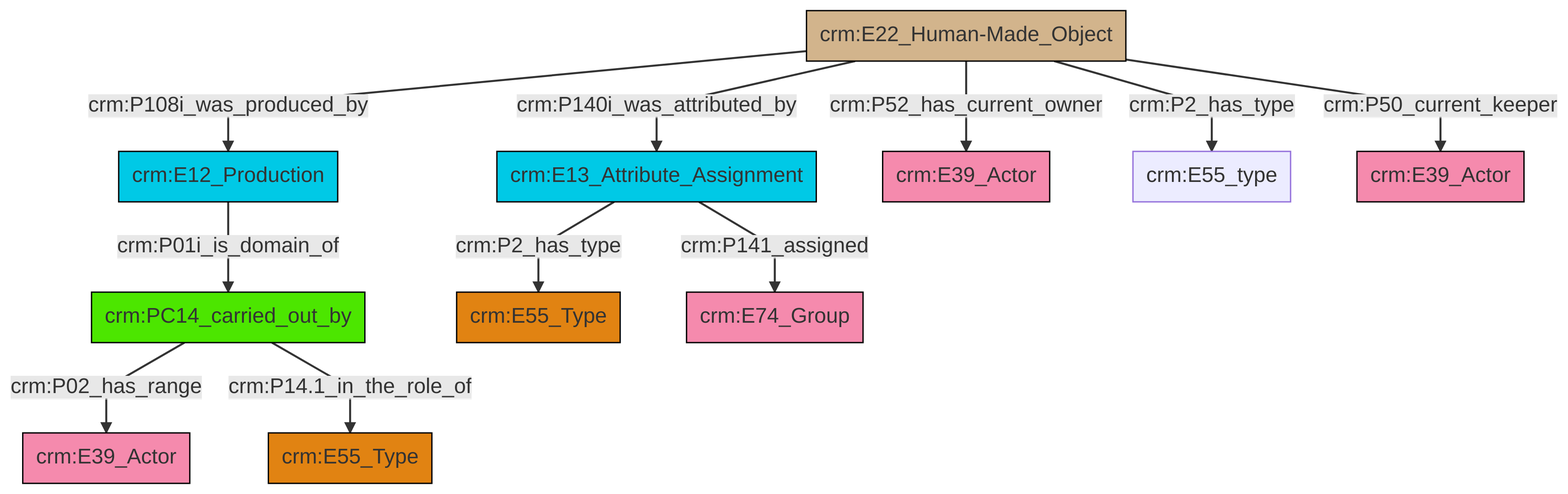
Before: et/artworkCSV/ttl/mmd/png/Artwork_Actor_Relations.png, a diagram exported from Mermaid (swiss-art-research-net/reference-data-models). Its source is kept beside it as et/artworkCSV/ttl/mmd/Artwork_Actor_Relations.ttl.mmd.
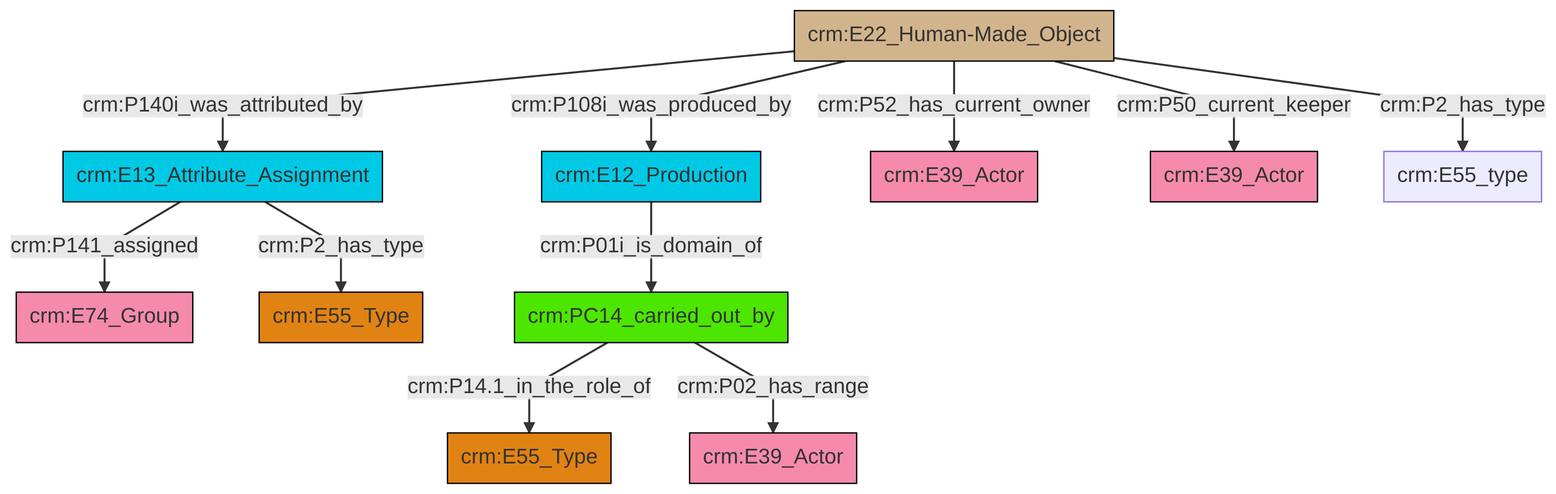
After the commit.

What changed in the source:
```diff
@@ -13,13 +13,13 @@
 classDef PC_Classes fill:#4ce600, stroke:#000000;
 classDef Multi fill:#cccccc,stroke:#000000;
 
-2["crm:E22_Human-Made_Object"]:::Physical_Thing -->|crm:P140i_was_attributed_by| 3["crm:E13_Attribute_Assignment"]:::Temporal_Entity
-2["crm:E22_Human-Made_Object"]:::Physical_Thing -->|crm:P108i_was_produced_by| 4["crm:E12_Production"]:::Temporal_Entity
-4["crm:E12_Production"]:::Temporal_Entity -->|crm:P01i_is_domain_of| 0["crm:PC14_carried_out_by"]:::PC_Classes
-0["crm:PC14_carried_out_by"]:::PC_Classes -->|crm:P02_has_range| 8["crm:E39_Actor"]:::Actor
-2["crm:E22_Human-Made_Object"]:::Physical_Thing -->|crm:P2_has_type| 15["crm:E55_type"]:::Default
-3["crm:E13_Attribute_Assignment"]:::Temporal_Entity -->|crm:P141_assigned| 11["crm:E74_Group"]:::Actor
-0["crm:PC14_carried_out_by"]:::PC_Classes -->|crm:P14.1_in_the_role_of| 9["crm:E55_Type"]:::Type
-3["crm:E13_Attribute_Assignment"]:::Temporal_Entity -->|crm:P2_has_type| 5["crm:E55_Type"]:::Type
-2["crm:E22_Human-Made_Object"]:::Physical_Thing -->|crm:P50_current_keeper| 17["crm:E39_Actor"]:::Actor
-2["crm:E22_Human-Made_Object"]:::Physical_Thing -->|crm:P52_has_current_owner| 13["crm:E39_Actor"]:::Actor
+0["crm:E13_Attribute_Assignment"]:::Temporal_Entity -->|crm:P141_assigned| 1["crm:E74_Group"]:::Actor
+6["crm:E22_Human-Made_Object"]:::Physical_Thing -->|crm:P108i_was_produced_by| 7["crm:E12_Production"]:::Temporal_Entity
+6["crm:E22_Human-Made_Object"]:::Physical_Thing -->|crm:P52_has_current_owner| 8["crm:E39_Actor"]:::Actor
+9["crm:PC14_carried_out_by"]:::PC_Classes -->|crm:P14.1_in_the_role_of| 2["crm:E55_Type"]:::Type
+9["crm:PC14_carried_out_by"]:::PC_Classes -->|crm:P02_has_range| 12["crm:E39_Actor"]:::Actor
+6["crm:E22_Human-Made_Object"]:::Physical_Thing -->|crm:P2_has_type| 17["crm:E55_type"]:::Default
+6["crm:E22_Human-Made_Object"]:::Physical_Thing -->|crm:P140i_was_attributed_by| 0["crm:E13_Attribute_Assignment"]:::Temporal_Entity
+0["crm:E13_Attribute_Assignment"]:::Temporal_Entity -->|crm:P2_has_type| 4["crm:E55_Type"]:::Type
+7["crm:E12_Production"]:::Temporal_Entity -->|crm:P01i_is_domain_of| 9["crm:PC14_carried_out_by"]:::PC_Classes
+6["crm:E22_Human-Made_Object"]:::Physical_Thing -->|crm:P50_current_keeper| 14["crm:E39_Actor"]:::Actor
```
